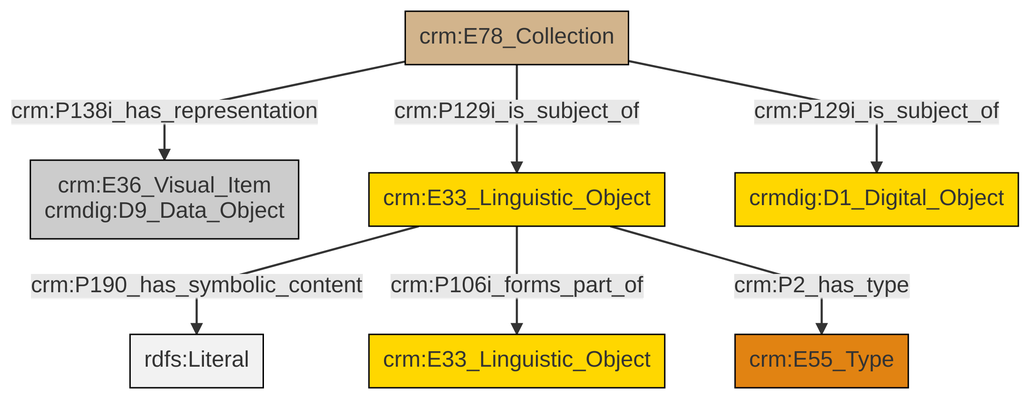
swiss-art-research-net/docs.swissartresearch keeps this Mermaid diagram as et/archivalCSV/ttl/mmd/png/archival_docs.png. Above is the earlier version. Its source is kept beside it as et/archivalCSV/ttl/mmd/archival_docs.ttl.mmd.
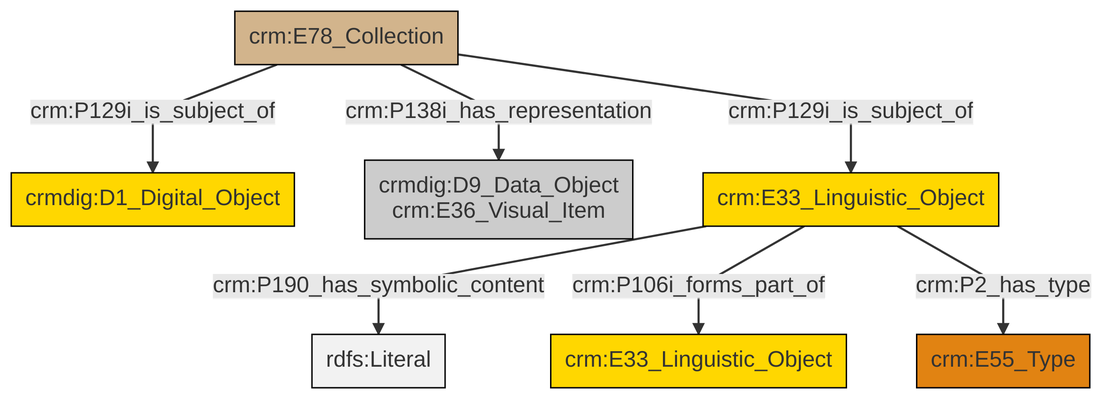
After the commit.

What changed in the source:
```diff
@@ -13,9 +13,9 @@
 classDef PC_Classes fill:#4ce600, stroke:#000000;
 classDef Multi fill:#cccccc,stroke:#000000;
 
-5["crm:E78_Collection"]:::Physical_Thing -->|crm:P138i_has_representation| 0["crm:E36_Visual_Item<br>crmdig:D9_Data_Object"]:::Multi
-6["crm:E33_Linguistic_Object"]:::Conceptual_Object -->|crm:P190_has_symbolic_content| 7[rdfs:Literal]:::Literal
-5["crm:E78_Collection"]:::Physical_Thing -->|crm:P129i_is_subject_of| 6["crm:E33_Linguistic_Object"]:::Conceptual_Object
-5["crm:E78_Collection"]:::Physical_Thing -->|crm:P129i_is_subject_of| 11["crmdig:D1_Digital_Object"]:::Conceptual_Object
-6["crm:E33_Linguistic_Object"]:::Conceptual_Object -->|crm:P106i_forms_part_of| 3["crm:E33_Linguistic_Object"]:::Conceptual_Object
-6["crm:E33_Linguistic_Object"]:::Conceptual_Object -->|crm:P2_has_type| 8["crm:E55_Type"]:::Type
+0["crm:E78_Collection"]:::Physical_Thing -->|crm:P129i_is_subject_of| 1["crmdig:D1_Digital_Object"]:::Conceptual_Object
+0["crm:E78_Collection"]:::Physical_Thing -->|crm:P138i_has_representation| 5["crmdig:D9_Data_Object<br>crm:E36_Visual_Item"]:::Multi
+7["crm:E33_Linguistic_Object"]:::Conceptual_Object -->|crm:P190_has_symbolic_content| 8[rdfs:Literal]:::Literal
+7["crm:E33_Linguistic_Object"]:::Conceptual_Object -->|crm:P106i_forms_part_of| 9["crm:E33_Linguistic_Object"]:::Conceptual_Object
+0["crm:E78_Collection"]:::Physical_Thing -->|crm:P129i_is_subject_of| 7["crm:E33_Linguistic_Object"]:::Conceptual_Object
+7["crm:E33_Linguistic_Object"]:::Conceptual_Object -->|crm:P2_has_type| 3["crm:E55_Type"]:::Type
```
